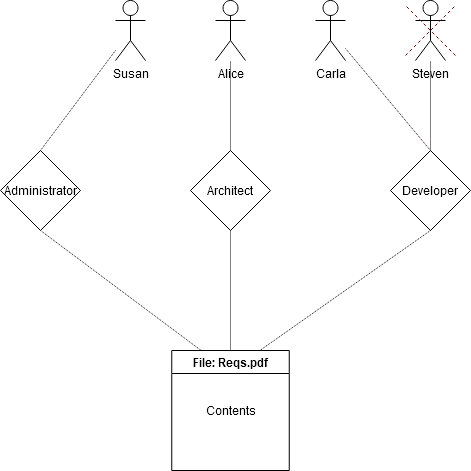
Before: Linux Filesystem test RBAC.png, a diagram exported from draw.io (Nobel-CS/RBAC_test). Source tidied: cells renumbered, new cells last; positions are measured from the earlier drawing's top-left corner, leaving out a move shared by most shapes. The source it was exported from:
```xml
<mxGraphModel>
  <root>
    <mxCell id="0" />
    <mxCell id="1" parent="0" />
    <mxCell id="2" value="&lt;div&gt;Alice&lt;/div&gt;" style="shape=umlActor;verticalLabelPosition=bottom;verticalAlign=top;html=1;outlineConnect=0;" parent="1" vertex="1">
      <mxGeometry x="215" width="30" height="60" as="geometry" />
    </mxCell>
    <mxCell id="3" value="Susan" style="shape=umlActor;verticalLabelPosition=bottom;verticalAlign=top;html=1;outlineConnect=0;" parent="1" vertex="1">
      <mxGeometry x="115" width="30" height="60" as="geometry" />
    </mxCell>
    <mxCell id="4" value="Carla" style="shape=umlActor;verticalLabelPosition=bottom;verticalAlign=top;html=1;outlineConnect=0;" parent="1" vertex="1">
      <mxGeometry x="315" width="30" height="60" as="geometry" />
    </mxCell>
    <mxCell id="5" value="Steven" style="shape=umlActor;verticalLabelPosition=bottom;verticalAlign=top;html=1;outlineConnect=0;" parent="1" vertex="1">
      <mxGeometry x="415" width="30" height="60" as="geometry" />
    </mxCell>
    <mxCell id="6" style="endArrow=none;dashed=1;html=1;rounded=0;fillColor=#a20025;strokeColor=#6F0000;" parent="1" edge="1">
      <mxGeometry relative="1" as="geometry">
        <mxPoint x="405" y="55" as="sourcePoint" />
        <mxPoint x="455" y="5" as="targetPoint" />
      </mxGeometry>
    </mxCell>
    <mxCell id="7" style="endArrow=none;dashed=1;html=1;rounded=0;fillColor=#a20025;strokeColor=#6F0000;" parent="1" edge="1">
      <mxGeometry relative="1" as="geometry">
        <mxPoint x="455" y="55" as="sourcePoint" />
        <mxPoint x="405" y="5" as="targetPoint" />
      </mxGeometry>
    </mxCell>
    <mxCell id="8" value="File: Reqs.pdf" style="swimlane;whiteSpace=wrap;html=1;" parent="1" vertex="1">
      <mxGeometry x="171.2" y="350" width="117.5" height="120" as="geometry" />
    </mxCell>
    <mxCell id="9" value="Contents" style="text;html=1;align=center;verticalAlign=middle;strokeColor=none;fillColor=none;" parent="8" vertex="1">
      <mxGeometry x="23.8" y="45" width="70" height="30" as="geometry" />
    </mxCell>
    <mxCell id="10" style="endArrow=none;dashed=1;html=1;strokeWidth=1;rounded=0;strokeColor=#0F0000;entryX=0.5;entryY=1;entryDx=0;entryDy=0;exitX=0.25;exitY=0;exitDx=0;exitDy=0;dashPattern=1 1;" parent="1" edge="1" source="8" target="11">
      <mxGeometry relative="1" as="geometry" />
    </mxCell>
    <mxCell id="11" value="Administrator" style="rhombus;whiteSpace=wrap;html=1;" parent="1" vertex="1">
      <mxGeometry y="150" width="80" height="80" as="geometry" />
    </mxCell>
    <mxCell id="12" style="rounded=0;jettySize=auto;html=1;exitX=0.5;exitY=0;exitDx=0;exitDy=0;dashed=1;dashPattern=1 1;strokeColor=#0F0000;strokeWidth=1;endArrow=none;endFill=0;" parent="1" edge="1" source="14" target="2">
      <mxGeometry relative="1" as="geometry" />
    </mxCell>
    <mxCell id="13" style="edgeStyle=none;rounded=0;jettySize=auto;html=1;exitX=0.5;exitY=1;exitDx=0;exitDy=0;entryX=0.5;entryY=0;entryDx=0;entryDy=0;dashed=1;dashPattern=1 1;strokeColor=#0F0000;strokeWidth=1;endArrow=none;endFill=0;" parent="1" edge="1" source="14" target="8">
      <mxGeometry relative="1" as="geometry" />
    </mxCell>
    <mxCell id="14" value="Architect" style="rhombus;whiteSpace=wrap;html=1;" parent="1" vertex="1">
      <mxGeometry x="190" y="150" width="80" height="80" as="geometry" />
    </mxCell>
    <mxCell id="15" style="edgeStyle=none;rounded=0;jettySize=auto;html=1;exitX=0.5;exitY=0;exitDx=0;exitDy=0;dashed=1;dashPattern=1 1;strokeColor=#0F0000;strokeWidth=1;endArrow=none;endFill=0;" parent="1" edge="1" source="18" target="4">
      <mxGeometry relative="1" as="geometry" />
    </mxCell>
    <mxCell id="16" style="edgeStyle=none;rounded=0;jettySize=auto;html=1;exitX=0.5;exitY=0;exitDx=0;exitDy=0;dashed=1;dashPattern=1 1;strokeColor=#0F0000;strokeWidth=1;endArrow=none;endFill=0;" parent="1" edge="1" source="18" target="5">
      <mxGeometry relative="1" as="geometry" />
    </mxCell>
    <mxCell id="17" style="edgeStyle=none;rounded=0;jettySize=auto;html=1;exitX=0.5;exitY=1;exitDx=0;exitDy=0;entryX=0.75;entryY=0;entryDx=0;entryDy=0;dashed=1;dashPattern=1 1;strokeColor=#0F0000;strokeWidth=1;endArrow=none;endFill=0;" parent="1" edge="1" source="18" target="8">
      <mxGeometry relative="1" as="geometry" />
    </mxCell>
    <mxCell id="18" value="Developer" style="rhombus;whiteSpace=wrap;html=1;" parent="1" vertex="1">
      <mxGeometry x="390" y="150" width="80" height="80" as="geometry" />
    </mxCell>
    <mxCell id="19" style="endArrow=none;dashed=1;html=1;rounded=0;dashPattern=1 1;strokeColor=#0F0000;exitX=0.5;exitY=0;exitDx=0;exitDy=0;" parent="1" edge="1" source="11" target="3">
      <mxGeometry relative="1" as="geometry" />
    </mxCell>
  </root>
</mxGraphModel>
```
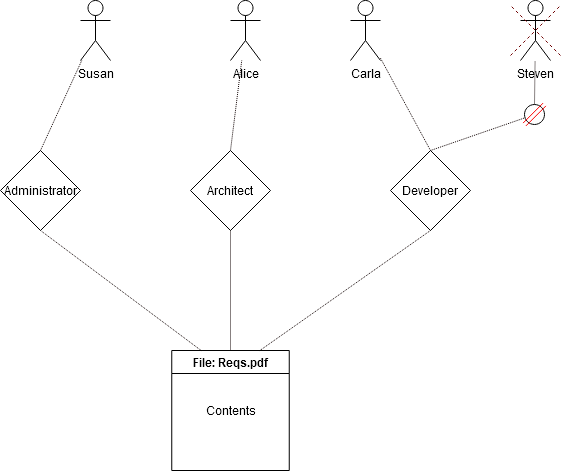
After the commit.

Change to the diagram source:
```diff
@@ -3,27 +3,27 @@
     <mxCell id="0" />
     <mxCell id="1" parent="0" />
     <mxCell id="2" value="&lt;div&gt;Alice&lt;/div&gt;" style="shape=umlActor;verticalLabelPosition=bottom;verticalAlign=top;html=1;outlineConnect=0;" parent="1" vertex="1">
-      <mxGeometry x="215" width="30" height="60" as="geometry" />
+      <mxGeometry x="230" width="30" height="60" as="geometry" />
     </mxCell>
     <mxCell id="3" value="Susan" style="shape=umlActor;verticalLabelPosition=bottom;verticalAlign=top;html=1;outlineConnect=0;" parent="1" vertex="1">
-      <mxGeometry x="115" width="30" height="60" as="geometry" />
+      <mxGeometry x="80" width="30" height="60" as="geometry" />
     </mxCell>
     <mxCell id="4" value="Carla" style="shape=umlActor;verticalLabelPosition=bottom;verticalAlign=top;html=1;outlineConnect=0;" parent="1" vertex="1">
-      <mxGeometry x="315" width="30" height="60" as="geometry" />
+      <mxGeometry x="350" width="30" height="60" as="geometry" />
     </mxCell>
     <mxCell id="5" value="Steven" style="shape=umlActor;verticalLabelPosition=bottom;verticalAlign=top;html=1;outlineConnect=0;" parent="1" vertex="1">
-      <mxGeometry x="415" width="30" height="60" as="geometry" />
+      <mxGeometry x="520" width="30" height="60" as="geometry" />
     </mxCell>
     <mxCell id="6" style="endArrow=none;dashed=1;html=1;rounded=0;fillColor=#a20025;strokeColor=#6F0000;" parent="1" edge="1">
       <mxGeometry relative="1" as="geometry">
-        <mxPoint x="405" y="55" as="sourcePoint" />
-        <mxPoint x="455" y="5" as="targetPoint" />
+        <mxPoint x="510" y="55" as="sourcePoint" />
+        <mxPoint x="560" y="5" as="targetPoint" />
       </mxGeometry>
     </mxCell>
     <mxCell id="7" style="endArrow=none;dashed=1;html=1;rounded=0;fillColor=#a20025;strokeColor=#6F0000;" parent="1" edge="1">
       <mxGeometry relative="1" as="geometry">
-        <mxPoint x="455" y="55" as="sourcePoint" />
-        <mxPoint x="405" y="5" as="targetPoint" />
+        <mxPoint x="560" y="55" as="sourcePoint" />
+        <mxPoint x="510" y="5" as="targetPoint" />
       </mxGeometry>
     </mxCell>
     <mxCell id="8" value="File: Reqs.pdf" style="swimlane;whiteSpace=wrap;html=1;" parent="1" vertex="1">
@@ -50,7 +50,7 @@
     <mxCell id="15" style="edgeStyle=none;rounded=0;jettySize=auto;html=1;exitX=0.5;exitY=0;exitDx=0;exitDy=0;dashed=1;dashPattern=1 1;strokeColor=#0F0000;strokeWidth=1;endArrow=none;endFill=0;" parent="1" edge="1" source="18" target="4">
       <mxGeometry relative="1" as="geometry" />
     </mxCell>
-    <mxCell id="16" style="edgeStyle=none;rounded=0;jettySize=auto;html=1;exitX=0.5;exitY=0;exitDx=0;exitDy=0;dashed=1;dashPattern=1 1;strokeColor=#0F0000;strokeWidth=1;endArrow=none;endFill=0;" parent="1" edge="1" source="18" target="5">
+    <mxCell id="16" style="edgeStyle=none;rounded=0;jettySize=auto;html=1;exitX=0.5;exitY=0;exitDx=0;exitDy=0;dashed=1;dashPattern=1 1;strokeColor=#0F0000;strokeWidth=1;endArrow=none;endFill=0;startArrow=none;" parent="1" edge="1" source="20" target="5">
       <mxGeometry relative="1" as="geometry" />
     </mxCell>
     <mxCell id="17" style="edgeStyle=none;rounded=0;jettySize=auto;html=1;exitX=0.5;exitY=1;exitDx=0;exitDy=0;entryX=0.75;entryY=0;entryDx=0;entryDy=0;dashed=1;dashPattern=1 1;strokeColor=#0F0000;strokeWidth=1;endArrow=none;endFill=0;" parent="1" edge="1" source="18" target="8">
@@ -62,5 +62,17 @@
     <mxCell id="19" style="endArrow=none;dashed=1;html=1;rounded=0;dashPattern=1 1;strokeColor=#0F0000;exitX=0.5;exitY=0;exitDx=0;exitDy=0;" parent="1" edge="1" source="11" target="3">
       <mxGeometry relative="1" as="geometry" />
     </mxCell>
+    <mxCell id="20" style="ellipse;whiteSpace=wrap;html=1;" parent="1" vertex="1">
+      <mxGeometry x="524" y="104" width="20" height="20" as="geometry" />
+    </mxCell>
+    <mxCell id="21" style="edgeStyle=none;rounded=0;jettySize=auto;html=1;exitX=0.5;exitY=0;exitDx=0;exitDy=0;dashed=1;dashPattern=1 1;strokeColor=#0F0000;strokeWidth=1;endArrow=none;endFill=0;" parent="1" edge="1" source="18" target="20">
+      <mxGeometry relative="1" as="geometry" />
+    </mxCell>
+    <mxCell id="22" style="shape=link;endArrow=none;html=1;rounded=0;strokeColor=#FA0000;strokeWidth=1;endFill=0;" parent="1" edge="1">
+      <mxGeometry relative="1" as="geometry">
+        <mxPoint x="524" y="124" as="sourcePoint" />
+        <mxPoint x="544" y="104" as="targetPoint" />
+      </mxGeometry>
+    </mxCell>
   </root>
 </mxGraphModel>
```
